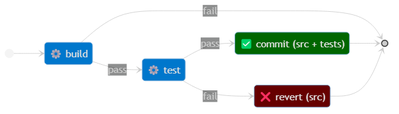
murex/TCR keeps this Mermaid diagram as webapp/src/assets/images/variant-relaxed.png. Above is the earlier version. Its source is kept beside it as variants-doc/mmd/variant-relaxed.mmd. Source of this version:
```mermaid
stateDiagram-v2
    direction LR
    state "⚙️ build" as Build
    state "⚙️ test" as Test
    state "✅ commit (src + tests)" as Commit
    state "❌ revert (src)" as Revert
    [*] --> Build
    Build --> Test: pass
    Build --> [*]: fail
    Test --> Commit: pass
    Test --> Revert: fail
    Commit --> [*]
    Revert --> [*]
    classDef actionClass fill: #0077CC
    classDef okClass fill: #006600
    classDef failClass fill: #660000
    class Build actionClass
    class Test actionClass
    class Commit okClass
    class Revert failClass
```
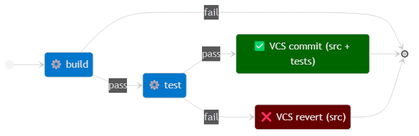
After the change.

Commit message:
[#674] Add "introspective" variant statechart image

What changed in the source:
```diff
@@ -2,8 +2,8 @@
     direction LR
     state "⚙️ build" as Build
     state "⚙️ test" as Test
-    state "✅ commit (src + tests)" as Commit
-    state "❌ revert (src)" as Revert
+    state "✅ VCS commit (src + tests)" as Commit
+    state "❌ VCS revert (src)" as Revert
     [*] --> Build
     Build --> Test: pass
     Build --> [*]: fail
```
